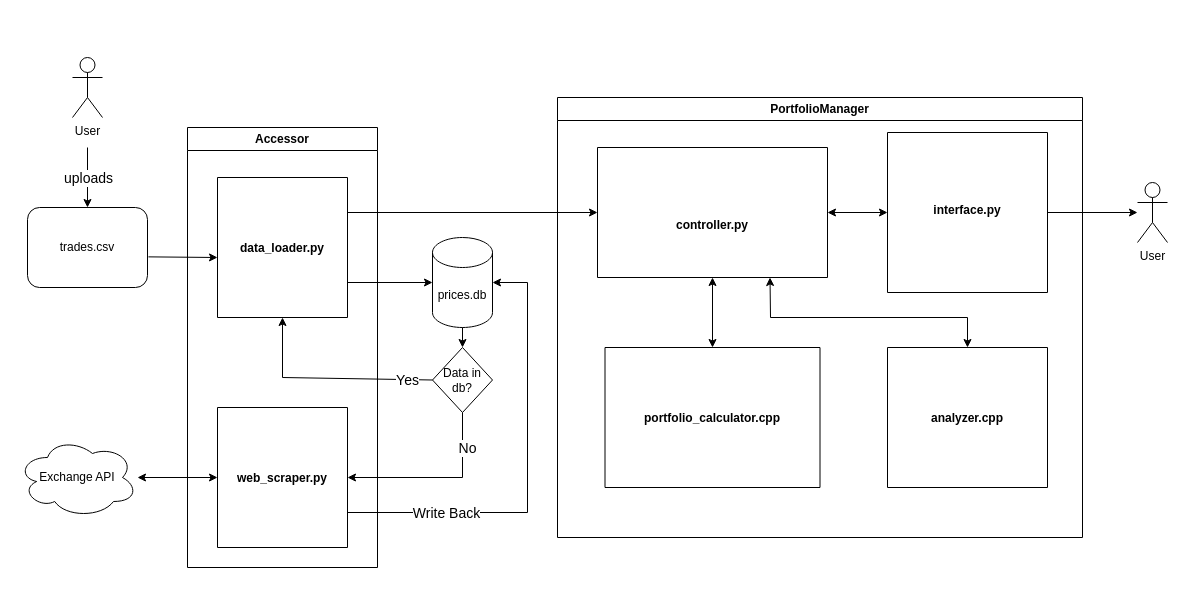
Above: imgs/StockPortfolioAnalyzer.drawio in Erik-Kelemen/Stock-Portfolio-Analyzer (draw.io), before the change. Source tidied: cells renumbered, new cells numbered last; positions are measured from the earlier drawing's top-left corner, leaving out a move shared by most shapes. Both pictures are drawn from the tidied source at 100%, with x=0, y=0 at pixel (17, 57).
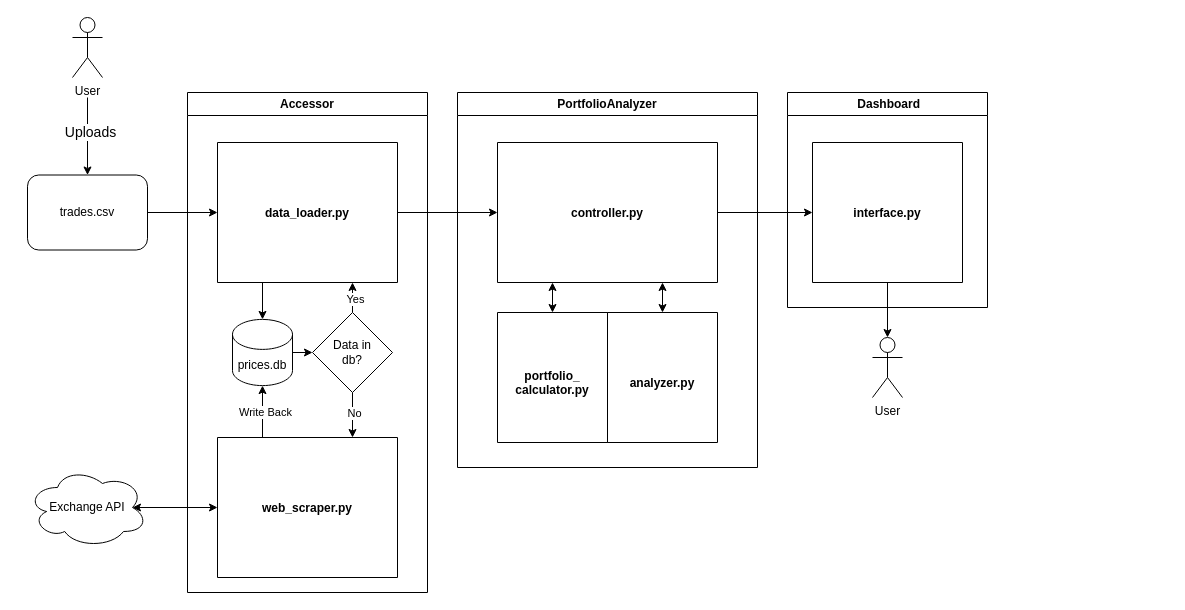
Above is the later version.

What changed in the source:
```diff
@@
-    <mxCell id="2" value="PortfolioManager" style="swimlane;whiteSpace=wrap;html=1;startSize=23;" parent="1" vertex="1">
-      <mxGeometry x="540" y="40" width="525" height="440" as="geometry" />
+    <mxCell id="2" value="PortfolioAnalyzer" style="swimlane;whiteSpace=wrap;html=1;startSize=23;" parent="1" vertex="1">
+      <mxGeometry x="440" y="35" width="300" height="375" as="geometry" />
     </mxCell>
-    <mxCell id="3" value="&#10;&#10;&#10;&#10;&#10;&#10;&#10;&#10;&#10;&#10;&#10;interface.py" style="swimlane;startSize=0;" parent="2" vertex="1">
-      <mxGeometry x="330" y="35" width="160" height="160" as="geometry" />
-    </mxCell>
-    <mxCell id="4" style="endArrow=classic;startArrow=classic;html=1;rounded=0;exitX=1;exitY=0.5;exitDx=0;exitDy=0;entryX=0;entryY=0.5;entryDx=0;entryDy=0;" parent="2" edge="1" source="5" target="3">
-      <mxGeometry relative="1" as="geometry" />
-    </mxCell>
-    <mxCell id="5" value="&#10;&#10;&#10;&#10;&#10;&#10;&#10;&#10;&#10;&#10;&#10;controller.py" style="swimlane;startSize=0;" parent="2" vertex="1">
-      <mxGeometry x="40" y="50" width="230" height="130" as="geometry" />
+    <mxCell id="5" value="&#10;&#10;&#10;&#10;&#10;&#10;&#10;&#10;&#10;&#10;controller.py" style="swimlane;startSize=0;" parent="2" vertex="1">
+      <mxGeometry x="40" y="50" width="220" height="140" as="geometry" />
     </mxCell>
-    <mxCell id="6" value="&#10;&#10;&#10;&#10;&#10;&#10;&#10;&#10;&#10;&#10;analyzer.cpp" style="swimlane;startSize=0;" parent="2" vertex="1">
-      <mxGeometry x="330" y="250" width="160" height="140" as="geometry" />
+    <mxCell id="6" value="&#10;&#10;&#10;&#10;&#10;&#10;&#10;&#10;&#10;&#10;analyzer.py" style="swimlane;startSize=0;" parent="2" vertex="1">
+      <mxGeometry x="150" y="220" width="110" height="130" as="geometry" />
     </mxCell>
-    <mxCell id="7" style="endArrow=classic;startArrow=classic;html=1;rounded=0;entryX=0.5;entryY=0;entryDx=0;entryDy=0;exitX=0.75;exitY=1;exitDx=0;exitDy=0;" parent="2" edge="1" source="5" target="6">
-      <mxGeometry relative="1" as="geometry">
-        <Array as="points">
-          <mxPoint x="213" y="220" />
-          <mxPoint x="410" y="220" />
-        </Array>
-      </mxGeometry>
-    </mxCell>
-    <mxCell id="8" value="&#10;&#10;&#10;&#10;&#10;&#10;&#10;&#10;&#10;&#10;portfolio_calculator.cpp" style="swimlane;startSize=0;" parent="2" vertex="1">
-      <mxGeometry x="47.5" y="250" width="215" height="140" as="geometry" />
+    <mxCell id="8" value="&#10;&#10;&#10;&#10;&#10;&#10;&#10;&#10;&#10;&#10;portfolio_&#10;calculator.py" style="swimlane;startSize=0;" parent="2" vertex="1">
+      <mxGeometry x="40" y="220" width="110" height="130" as="geometry" />
     </mxCell>
-    <mxCell id="9" style="endArrow=classic;startArrow=classic;html=1;rounded=0;entryX=0.5;entryY=1;entryDx=0;entryDy=0;exitX=0.5;exitY=0;exitDx=0;exitDy=0;" parent="2" edge="1" source="8" target="5">
+    <mxCell id="9" style="endArrow=classic;startArrow=classic;html=1;rounded=0;entryX=0.25;entryY=1;entryDx=0;entryDy=0;exitX=0.5;exitY=0;exitDx=0;exitDy=0;" parent="2" edge="1" source="8" target="5">
       <mxGeometry relative="1" as="geometry" />
     </mxCell>
+    <mxCell id="7" style="endArrow=classic;startArrow=classic;html=1;rounded=0;exitX=0.75;exitY=1;exitDx=0;exitDy=0;entryX=0.5;entryY=0;entryDx=0;entryDy=0;" parent="2" edge="1" source="5" target="6">
+      <mxGeometry relative="1" as="geometry" />
+    </mxCell>
+    <mxCell id="13" style="endArrow=classic;html=1;rounded=0;exitX=1;exitY=0.5;exitDx=0;exitDy=0;entryX=0;entryY=0.5;entryDx=0;entryDy=0;" parent="1" edge="1" source="12" target="5">
+      <mxGeometry relative="1" as="geometry" />
+    </mxCell>
+    <mxCell id="19" value="User&lt;br&gt;" style="shape=umlActor;verticalLabelPosition=bottom;verticalAlign=top;html=1;outlineConnect=0;" parent="1" vertex="1">
+      <mxGeometry x="855" y="280" width="30" height="60" as="geometry" />
+    </mxCell>
+    <mxCell id="20" style="endArrow=classic;html=1;rounded=0;exitX=0.5;exitY=1;exitDx=0;exitDy=0;" parent="1" edge="1" source="3" target="19">
+      <mxGeometry relative="1" as="geometry" />
+    </mxCell>
     <mxCell id="10" value="Accessor" style="swimlane;whiteSpace=wrap;html=1;" parent="1" vertex="1">
-      <mxGeometry x="170" y="70" width="190" height="440" as="geometry" />
+      <mxGeometry x="170" y="35" width="240" height="500" as="geometry" />
     </mxCell>
     <mxCell id="11" value="&#10;&#10;&#10;&#10;&#10;&#10;&#10;&#10;&#10;&#10;web_scraper.py" style="swimlane;startSize=0;" parent="10" vertex="1">
-      <mxGeometry x="30" y="280" width="130" height="140" as="geometry" />
+      <mxGeometry x="30" y="345" width="180" height="140" as="geometry" />
     </mxCell>
     <mxCell id="12" value="&#10;&#10;&#10;&#10;&#10;&#10;&#10;&#10;&#10;&#10;data_loader.py" style="swimlane;startSize=0;" parent="10" vertex="1">
-      <mxGeometry x="30" y="50" width="130" height="140" as="geometry" />
+      <mxGeometry x="30" y="50" width="180" height="140" as="geometry" />
     </mxCell>
-    <mxCell id="13" style="endArrow=classic;html=1;rounded=0;exitX=1;exitY=0.25;exitDx=0;exitDy=0;entryX=0;entryY=0.5;entryDx=0;entryDy=0;" parent="1" edge="1" source="12" target="5">
-      <mxGeometry relative="1" as="geometry" />
-    </mxCell>
-    <mxCell id="14" value="User&lt;br&gt;" style="shape=umlActor;verticalLabelPosition=bottom;verticalAlign=top;html=1;" parent="1" vertex="1">
-      <mxGeometry x="55" width="30" height="60" as="geometry" />
-    </mxCell>
-    <mxCell id="15" value="trades.csv" style="rounded=1;whiteSpace=wrap;html=1;" parent="1" vertex="1">
-      <mxGeometry x="10" y="150" width="120" height="80" as="geometry" />
-    </mxCell>
-    <mxCell id="16" style="endArrow=classic;html=1;rounded=0;entryX=0.5;entryY=0;entryDx=0;entryDy=0;" parent="1" edge="1" target="15">
-      <mxGeometry relative="1" as="geometry">
-        <mxPoint x="70" y="90" as="sourcePoint" />
-      </mxGeometry>
-    </mxCell>
-    <mxCell id="17" value="&lt;font style=&quot;font-size: 14px;&quot;&gt;uploads&lt;/font&gt;" style="edgeLabel;html=1;align=center;verticalAlign=middle;" parent="16" vertex="1">
-      <mxGeometry x="-0.01" y="2" relative="1" as="geometry">
-        <mxPoint x="-2" as="offset" />
-      </mxGeometry>
-    </mxCell>
-    <mxCell id="18" style="endArrow=classic;html=1;rounded=0;exitX=1.008;exitY=0.617;exitDx=0;exitDy=0;exitPerimeter=0;entryX=0;entryY=0.5;entryDx=0;entryDy=0;" parent="1" edge="1" source="15">
-      <mxGeometry relative="1" as="geometry">
-        <mxPoint x="200" y="200" as="targetPoint" />
-      </mxGeometry>
-    </mxCell>
-    <mxCell id="19" value="User&lt;br&gt;" style="shape=umlActor;verticalLabelPosition=bottom;verticalAlign=top;html=1;outlineConnect=0;" parent="1" vertex="1">
-      <mxGeometry x="1120" y="125" width="30" height="60" as="geometry" />
-    </mxCell>
-    <mxCell id="20" style="endArrow=classic;html=1;rounded=0;exitX=1;exitY=0.5;exitDx=0;exitDy=0;" parent="1" edge="1" source="3" target="19">
-      <mxGeometry relative="1" as="geometry" />
-    </mxCell>
-    <mxCell id="21" value="Exchange API" style="ellipse;shape=cloud;whiteSpace=wrap;html=1;" parent="1" vertex="1">
-      <mxGeometry y="380" width="120" height="80" as="geometry" />
-    </mxCell>
-    <mxCell id="22" value="prices.db" style="shape=cylinder3;whiteSpace=wrap;html=1;boundedLbl=1;backgroundOutline=1;size=15;" parent="1" vertex="1">
-      <mxGeometry x="415" y="180" width="60" height="90" as="geometry" />
+    <mxCell id="22" value="prices.db" style="shape=cylinder3;whiteSpace=wrap;html=1;boundedLbl=1;backgroundOutline=1;size=15;" parent="10" vertex="1">
+      <mxGeometry x="45" y="226.9" width="60" height="66.2" as="geometry" />
     </mxCell>
-    <mxCell id="23" value="Data in db?" style="rhombus;whiteSpace=wrap;html=1;" parent="1" vertex="1">
-      <mxGeometry x="415" y="290" width="60" height="65" as="geometry" />
+    <mxCell id="23" value="Data in &lt;br&gt;db?" style="rhombus;whiteSpace=wrap;html=1;" parent="10" vertex="1">
+      <mxGeometry x="125" y="220" width="80" height="80" as="geometry" />
     </mxCell>
-    <mxCell id="24" style="endArrow=classic;html=1;rounded=0;exitX=0.5;exitY=1;exitDx=0;exitDy=0;entryX=1;entryY=0.5;entryDx=0;entryDy=0;" parent="1" edge="1" source="23" target="11">
-      <mxGeometry relative="1" as="geometry">
-        <Array as="points">
-          <mxPoint x="445" y="420" />
-        </Array>
-      </mxGeometry>
-    </mxCell>
-    <mxCell id="25" value="&lt;font style=&quot;font-size: 14px;&quot;&gt;No&lt;/font&gt;" style="edgeLabel;html=1;align=center;verticalAlign=middle;" parent="24" vertex="1">
-      <mxGeometry x="0.13" y="-2" relative="1" as="geometry">
-        <mxPoint x="41" y="-28" as="offset" />
-      </mxGeometry>
-    </mxCell>
-    <mxCell id="26" style="endArrow=classic;startArrow=classic;html=1;rounded=0;exitX=0;exitY=0.5;exitDx=0;exitDy=0;" parent="1" edge="1" source="11" target="21">
-      <mxGeometry relative="1" as="geometry" />
-    </mxCell>
+    <mxCell id="30" style="endArrow=classic;html=1;rounded=0;entryX=0.5;entryY=0;entryDx=0;entryDy=0;entryPerimeter=0;exitX=0.25;exitY=1;exitDx=0;exitDy=0;" parent="10" edge="1" source="12" target="22">
+      <mxGeometry relative="1" as="geometry" />
+    </mxCell>
-    <mxCell id="27" style="endArrow=classic;html=1;rounded=0;exitX=0.5;exitY=1;exitDx=0;exitDy=0;exitPerimeter=0;" parent="1" edge="1" source="22" target="23">
+    <mxCell id="27" style="endArrow=classic;html=1;rounded=0;exitX=1;exitY=0.5;exitDx=0;exitDy=0;exitPerimeter=0;entryX=0;entryY=0.5;entryDx=0;entryDy=0;" parent="10" edge="1" source="22" target="23">
       <mxGeometry relative="1" as="geometry" />
     </mxCell>
-    <mxCell id="28" style="endArrow=classic;html=1;rounded=0;exitX=0;exitY=0.5;exitDx=0;exitDy=0;entryX=0.5;entryY=1;entryDx=0;entryDy=0;" parent="1" edge="1" source="23" target="12">
-      <mxGeometry relative="1" as="geometry">
-        <Array as="points">
-          <mxPoint x="265" y="320" />
-        </Array>
-      </mxGeometry>
+    <mxCell id="28" style="endArrow=classic;html=1;rounded=0;exitX=0.5;exitY=0;exitDx=0;exitDy=0;entryX=0.75;entryY=1;entryDx=0;entryDy=0;" parent="10" edge="1" source="23" target="12">
+      <mxGeometry relative="1" as="geometry" />
     </mxCell>
-    <mxCell id="29" value="Yes" style="edgeLabel;html=1;align=center;verticalAlign=middle;fontSize=14;" parent="28" vertex="1">
-      <mxGeometry x="-0.07" y="1" relative="1" as="geometry">
-        <mxPoint x="73" y="1" as="offset" />
-      </mxGeometry>
+    <mxCell id="29" value="Yes" style="edgeLabel;html=1;align=center;verticalAlign=middle;" parent="28" vertex="1">
+      <mxGeometry x="-0.04" y="-2" relative="1" as="geometry" />
     </mxCell>
-    <mxCell id="30" style="endArrow=classic;html=1;rounded=0;exitX=1;exitY=0.75;exitDx=0;exitDy=0;entryX=0;entryY=0.5;entryDx=0;entryDy=0;entryPerimeter=0;" parent="1" edge="1" source="12" target="22">
-      <mxGeometry relative="1" as="geometry" />
-    </mxCell>
+    <mxCell id="24" style="endArrow=classic;html=1;rounded=0;exitX=0.5;exitY=1;exitDx=0;exitDy=0;entryX=0.75;entryY=0;entryDx=0;entryDy=0;" parent="10" edge="1" source="23" target="11">
+      <mxGeometry relative="1" as="geometry" />
+    </mxCell>
+    <mxCell id="25" value="No" style="edgeLabel;html=1;align=center;verticalAlign=middle;" parent="24" vertex="1">
+      <mxGeometry x="-0.13" y="1" relative="1" as="geometry" />
+    </mxCell>
-    <mxCell id="31" style="endArrow=classic;html=1;rounded=0;exitX=1;exitY=0.75;exitDx=0;exitDy=0;entryX=1;entryY=0.5;entryDx=0;entryDy=0;entryPerimeter=0;" parent="1" edge="1" source="11" target="22">
-      <mxGeometry relative="1" as="geometry">
-        <Array as="points">
-          <mxPoint x="510" y="455" />
-          <mxPoint x="510" y="225" />
-        </Array>
-      </mxGeometry>
+    <mxCell id="31" style="endArrow=classic;html=1;rounded=0;entryX=0.5;entryY=1;entryDx=0;entryDy=0;entryPerimeter=0;exitX=0.25;exitY=0;exitDx=0;exitDy=0;" parent="10" edge="1" source="11" target="22">
+      <mxGeometry relative="1" as="geometry" />
     </mxCell>
-    <mxCell id="32" value="&lt;font style=&quot;font-size: 14px;&quot;&gt;Write Back&lt;/font&gt;" style="edgeLabel;html=1;align=center;verticalAlign=middle;" parent="31" vertex="1">
-      <mxGeometry x="-0.56" relative="1" as="geometry" />
+    <mxCell id="32" value="Write Back" style="edgeLabel;html=1;align=center;verticalAlign=middle;" parent="31" vertex="1">
+      <mxGeometry y="-2" relative="1" as="geometry" />
     </mxCell>
+    <mxCell id="14" value="User&lt;br&gt;" style="shape=umlActor;verticalLabelPosition=bottom;verticalAlign=top;html=1;" parent="1" vertex="1">
+      <mxGeometry x="55" y="-40" width="30" height="60" as="geometry" />
+    </mxCell>
+    <mxCell id="15" value="trades.csv" style="rounded=1;whiteSpace=wrap;html=1;" parent="1" vertex="1">
+      <mxGeometry x="10" y="117.5" width="120" height="75" as="geometry" />
+    </mxCell>
+    <mxCell id="33" style="endArrow=classic;html=1;rounded=0;" parent="1" edge="1" target="15">
+      <mxGeometry relative="1" as="geometry">
+        <mxPoint x="70" y="40" as="sourcePoint" />
+      </mxGeometry>
+    </mxCell>
+    <mxCell id="34" value="Uploads" style="edgeLabel;html=1;align=center;verticalAlign=middle;fontSize=14;" parent="33" vertex="1">
+      <mxGeometry x="-0.13" relative="1" as="geometry">
+        <mxPoint x="2" as="offset" />
+      </mxGeometry>
+    </mxCell>
+    <mxCell id="35" style="endArrow=classic;html=1;rounded=0;exitX=1;exitY=0.5;exitDx=0;exitDy=0;entryX=0;entryY=0.5;entryDx=0;entryDy=0;" parent="1" edge="1" source="15" target="12">
+      <mxGeometry relative="1" as="geometry" />
+    </mxCell>
+    <mxCell id="26" style="endArrow=classic;startArrow=classic;html=1;rounded=0;exitX=0;exitY=0.5;exitDx=0;exitDy=0;entryX=0.875;entryY=0.5;entryDx=0;entryDy=0;entryPerimeter=0;" parent="1" edge="1" source="11" target="21">
+      <mxGeometry relative="1" as="geometry" />
+    </mxCell>
+    <mxCell id="21" value="Exchange API" style="ellipse;shape=cloud;whiteSpace=wrap;html=1;" parent="1" vertex="1">
+      <mxGeometry x="10" y="410" width="120" height="80" as="geometry" />
+    </mxCell>
+    <mxCell id="36" value="&amp;nbsp;Dashboard" style="swimlane;whiteSpace=wrap;html=1;" parent="1" vertex="1">
+      <mxGeometry x="770" y="35" width="200" height="215" as="geometry" />
+    </mxCell>
+    <mxCell id="3" value="&#10;&#10;&#10;&#10;&#10;&#10;&#10;&#10;&#10;&#10;interface.py" style="swimlane;startSize=0;" parent="36" vertex="1">
+      <mxGeometry x="25" y="50" width="150" height="140" as="geometry" />
+    </mxCell>
+    <mxCell id="4" style="endArrow=classic;html=1;rounded=0;exitX=1;exitY=0.5;exitDx=0;exitDy=0;" parent="1" edge="1" source="5" target="3">
+      <mxGeometry relative="1" as="geometry" />
+    </mxCell>
```
